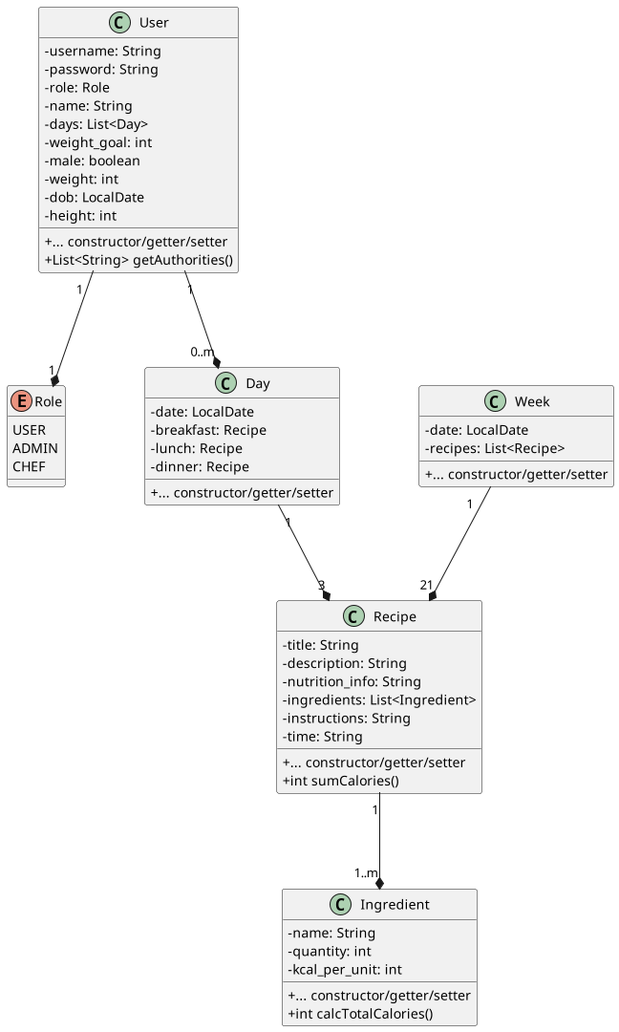
Before: diagram/class-diagram.png, a diagram exported from PlantUML (sofush/kostplan). Source of this version:
```plantuml
@startuml
scale 1920*1080
skinparam classAttributeIconSize 0
enum Role {
	USER
	ADMIN
	CHEF
}
class User {
	- username: String
	- password: String
	- role: Role
	- name: String
	- days: List<Day>
	- weight_goal: int
	- male: boolean
	- weight: int
	- dob: LocalDate
	- height: int
	{method} + ... constructor/getter/setter
	+ List<String> getAuthorities()
}
class Day {
	- date: LocalDate
	- breakfast: Recipe
	- lunch: Recipe
	- dinner: Recipe
	{method} + ... constructor/getter/setter
}
class Week {
	- date: LocalDate
	- recipes: List<Recipe>
	{method} + ... constructor/getter/setter
}
class Recipe {
	- title: String
	- description: String
	- nutrition_info: String
	- ingredients: List<Ingredient>
	- instructions: String
	- time: String
	{method} + ... constructor/getter/setter
	+ int sumCalories()
}
class Ingredient {
	- name: String
	- quantity: int
	- kcal_per_unit: int
	{method} + ... constructor/getter/setter
	+ int calcTotalCalories()
}

User "1" --* "1" Role
User "1" --* "0..m" Day
Week "1" --* "21" Recipe
Day "1" --* "3" Recipe
Recipe "1" --* "1..m" Ingredient
@enduml
```
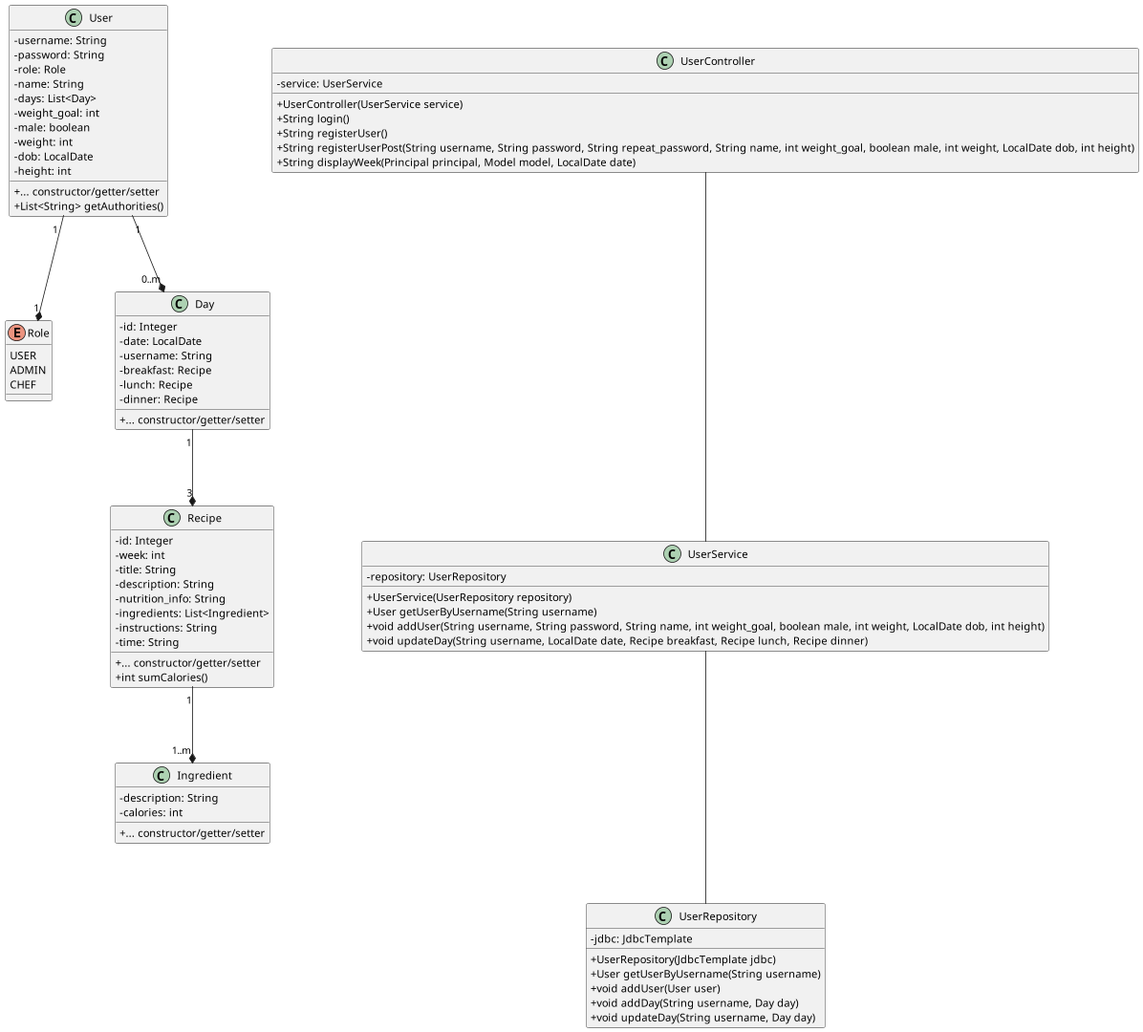
The same file after the commit.

Commit message:
docs: update class diagram

Diff of the diagram source:
```diff
@@ -21,18 +21,17 @@
 	+ List<String> getAuthorities()
 }
 class Day {
+	- id: Integer
 	- date: LocalDate
+	- username: String
 	- breakfast: Recipe
 	- lunch: Recipe
 	- dinner: Recipe
 	{method} + ... constructor/getter/setter
 }
-class Week {
-	- date: LocalDate
-	- recipes: List<Recipe>
-	{method} + ... constructor/getter/setter
-}
 class Recipe {
+	- id: Integer
+	- week: int
 	- title: String
 	- description: String
 	- nutrition_info: String
@@ -43,16 +42,38 @@
 	+ int sumCalories()
 }
 class Ingredient {
-	- name: String
-	- quantity: int
-	- kcal_per_unit: int
+	- description: String
+	- calories: int
 	{method} + ... constructor/getter/setter
-	+ int calcTotalCalories()
+}
+class UserController {
+	- service: UserService
+	+ UserController(UserService service)
+	+ String login()
+	+ String registerUser()
+	+ String registerUserPost(String username, String password, String repeat_password, String name, int weight_goal, boolean male, int weight, LocalDate dob, int height)
+	+ String displayWeek(Principal principal, Model model, LocalDate date)
+}
+class UserService {
+	- repository: UserRepository
+	+ UserService(UserRepository repository)
+	+ User getUserByUsername(String username)
+	+ void addUser(String username, String password, String name, int weight_goal, boolean male, int weight, LocalDate dob, int height)
+	+ void updateDay(String username, LocalDate date, Recipe breakfast, Recipe lunch, Recipe dinner)
+}
+class UserRepository {
+	- jdbc: JdbcTemplate
+	+ UserRepository(JdbcTemplate jdbc)
+	+ User getUserByUsername(String username)
+	+ void addUser(User user)
+	+ void addDay(String username, Day day)
+	+ void updateDay(String username, Day day)
 }
 
+UserController --- UserService
+UserService --- UserRepository
 User "1" --* "1" Role
 User "1" --* "0..m" Day
-Week "1" --* "21" Recipe
 Day "1" --* "3" Recipe
 Recipe "1" --* "1..m" Ingredient
 @enduml
```
